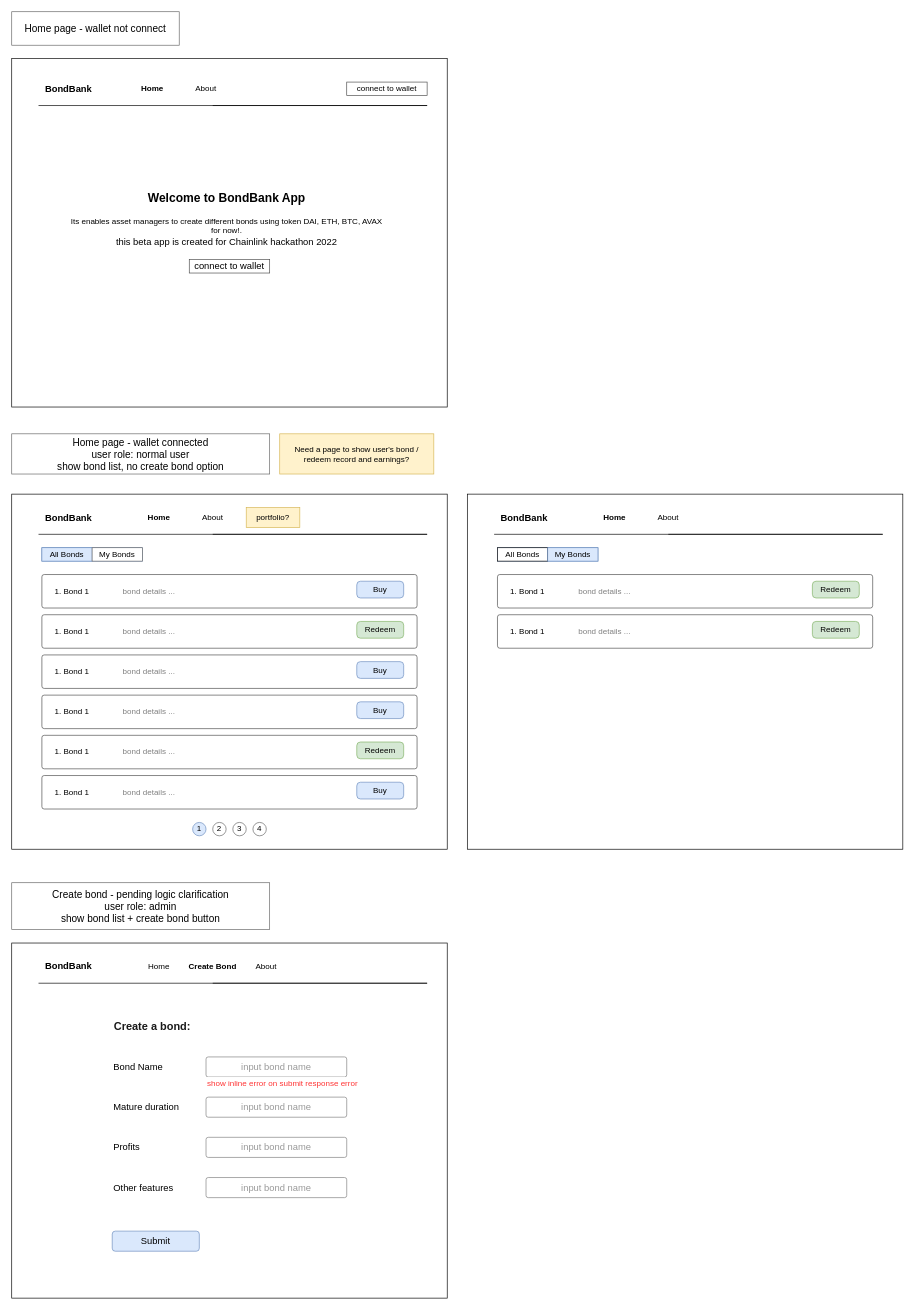
Earlier version of the draw.io diagram page "List View" (4 of 4) of Untitled Diagram.drawio (levblanc/bond-bank-ux). Source tidied: cells renumbered, new cells numbered last; positions are measured from the earlier drawing's top-left corner, leaving out a move shared by most shapes. Both pictures are drawn from the tidied source at 67%, with x=0, y=0 at pixel (11, 11).
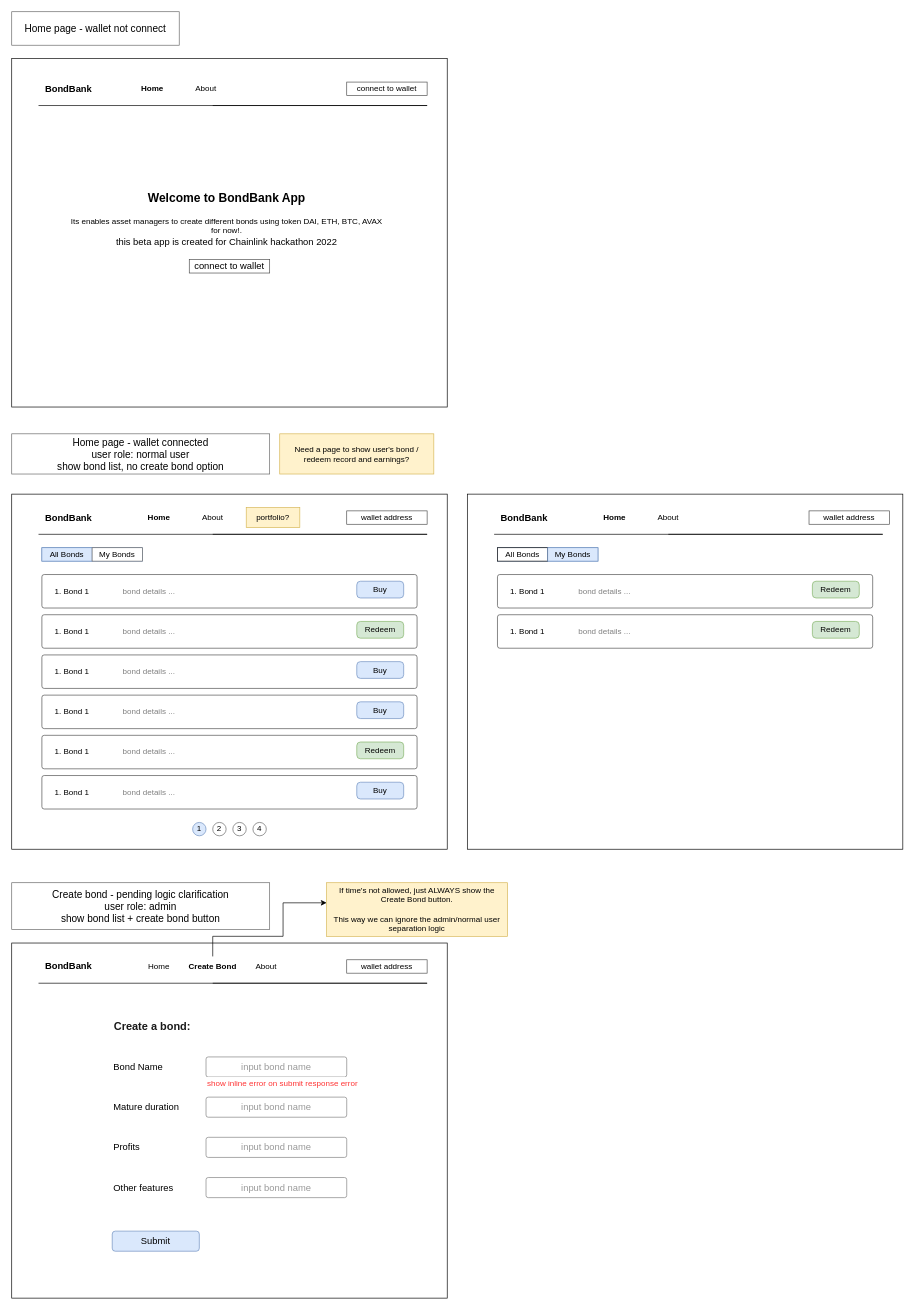
After the change.

Unchanged cells that the change refers to:
```xml
<mxCell id="17" value="Create Bond" style="rounded=0;whiteSpace=wrap;html=1;strokeColor=none;fontStyle=1;" parent="14" vertex="1">
  <mxGeometry x="80" width="80" height="30" as="geometry" />
</mxCell>
<mxCell id="20" style="group;" parent="1" vertex="1">
  <mxGeometry y="720" width="650" height="530" as="geometry" />
</mxCell>
<mxCell id="67" style="group;" parent="1" vertex="1">
  <mxGeometry x="680" y="720" width="650" height="530" as="geometry" />
</mxCell>
```

Change to the diagram source:
```diff
@@
+    <mxCell id="105" value="wallet address" style="rounded=0;whiteSpace=wrap;html=1;fontFamily=Helvetica;fontSize=12;strokeColor=#4D4D4D;" parent="20" vertex="1">
+      <mxGeometry x="500" y="25" width="120" height="20" as="geometry" />
+    </mxCell>
@@
+    <mxCell id="106" value="wallet address" style="rounded=0;whiteSpace=wrap;html=1;fontFamily=Helvetica;fontSize=12;strokeColor=#4D4D4D;" parent="67" vertex="1">
+      <mxGeometry x="510" y="25" width="120" height="20" as="geometry" />
+    </mxCell>
@@
+    <mxCell id="107" value="wallet address" style="rounded=0;whiteSpace=wrap;html=1;fontFamily=Helvetica;fontSize=12;strokeColor=#4D4D4D;" parent="1" vertex="1">
+      <mxGeometry x="500" y="1415" width="120" height="20" as="geometry" />
+    </mxCell>
+    <mxCell id="108" value="If time's not allowed, just ALWAYS show the Create Bond button. &lt;br&gt;&lt;br&gt;This way we can ignore the admin/normal user separation logic" style="rounded=0;whiteSpace=wrap;html=1;strokeColor=#d6b656;fontFamily=Helvetica;fontSize=12;fillColor=#fff2cc;" parent="1" vertex="1">
+      <mxGeometry x="470" y="1300" width="270" height="80" as="geometry" />
+    </mxCell>
+    <mxCell id="109" style="edgeStyle=orthogonalEdgeStyle;rounded=0;jettySize=auto;html=1;entryX=0;entryY=0.375;entryDx=0;entryDy=0;entryPerimeter=0;fontFamily=Helvetica;fontSize=12;fontColor=#999999;" parent="1" edge="1" source="17" target="108">
+      <mxGeometry relative="1" as="geometry">
+        <Array as="points">
+          <mxPoint x="300" y="1380" />
+          <mxPoint x="405" y="1380" />
+          <mxPoint x="405" y="1330" />
+        </Array>
+      </mxGeometry>
+    </mxCell>
```
